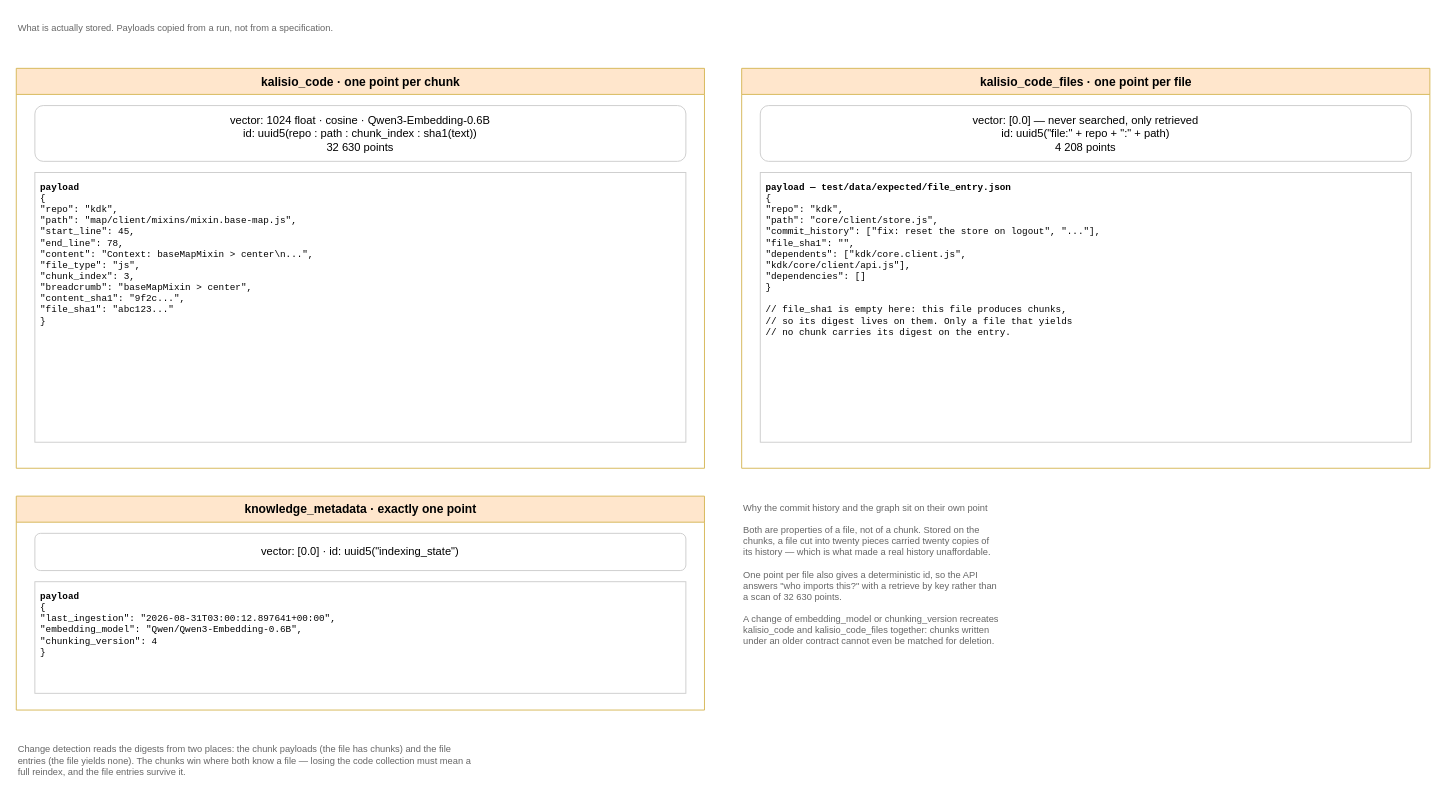
Earlier version of the draw.io diagram page "built · Qdrant collections" (11 of 14) of docs/public/architecture.drawio (kalisio/knowledge). Source tidied: cells renumbered, new cells numbered last; positions are measured from the earlier drawing's top-left corner, leaving out a move shared by most shapes. Both pictures are drawn from the tidied source at 93%, with x=0, y=0 at pixel (16, 16).
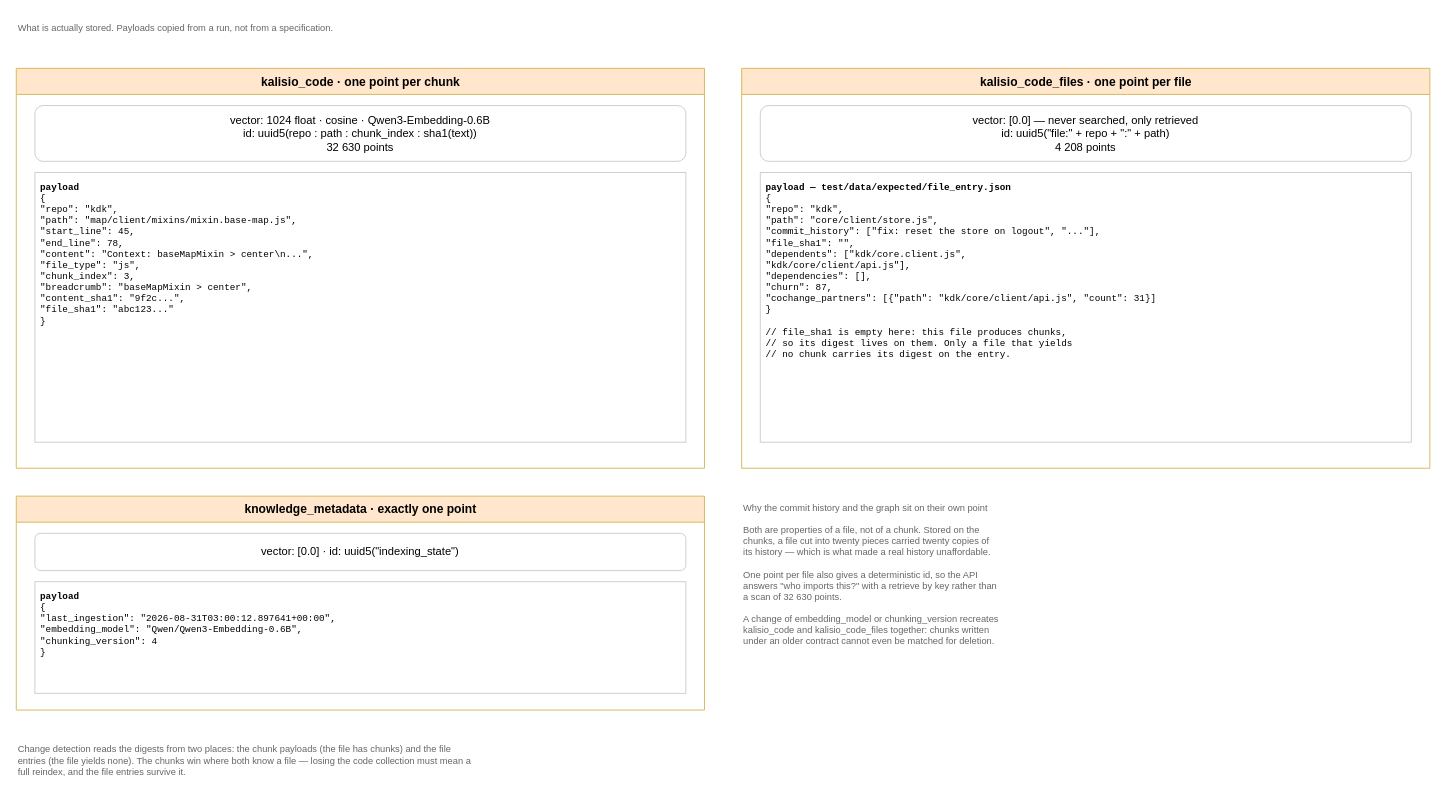
The same page after the edit.

Commit message (it also covers changes not shown here):
docs: rename get_dependents to get_file_context in the diagrams #10

Change to the diagram source:
```diff
@@
 <mxGraphModel>
   <root>
     <mxCell id="0" />
     <mxCell id="1" parent="0" />
     <mxCell id="2" value="What is actually stored. Payloads copied from a run, not from a specification." style="rounded=0;whiteSpace=wrap;html=1;align=left;verticalAlign=top;fontSize=10;fontColor=#666666;strokeColor=none;fillColor=none;spacing=2;" parent="1" vertex="1">
       <mxGeometry width="1520" height="30" as="geometry" />
     </mxCell>
     <mxCell id="3" value="kalisio_code  ·  one point per chunk" style="swimlane;startSize=28;fontStyle=1;fontSize=13;html=1;fillColor=#ffe6cc;strokeColor=#d6b656;" parent="1" vertex="1">
       <mxGeometry y="56" width="740" height="430" as="geometry" />
     </mxCell>
     <mxCell id="4" value="vector: 1024 float · cosine · Qwen3-Embedding-0.6B&lt;br&gt;id: uuid5(repo : path : chunk_index : sha1(text))&lt;br&gt;32 630 points" style="rounded=1;whiteSpace=wrap;html=1;fillColor=#ffffff;strokeColor=#cccccc;" parent="3" vertex="1">
       <mxGeometry x="20" y="40" width="700" height="60" as="geometry" />
     </mxCell>
     <mxCell id="5" value="&lt;b&gt;payload&lt;/b&gt;&lt;br&gt;{&lt;br&gt;  &quot;repo&quot;:        &quot;kdk&quot;,&lt;br&gt;  &quot;path&quot;:        &quot;map/client/mixins/mixin.base-map.js&quot;,&lt;br&gt;  &quot;start_line&quot;:  45,&lt;br&gt;  &quot;end_line&quot;:    78,&lt;br&gt;  &quot;content&quot;:     &quot;Context: baseMapMixin &gt; center\n...&quot;,&lt;br&gt;  &quot;file_type&quot;:   &quot;js&quot;,&lt;br&gt;  &quot;chunk_index&quot;: 3,&lt;br&gt;  &quot;breadcrumb&quot;:  &quot;baseMapMixin &gt; center&quot;,&lt;br&gt;  &quot;content_sha1&quot;: &quot;9f2c...&quot;,&lt;br&gt;  &quot;file_sha1&quot;:   &quot;abc123...&quot;&lt;br&gt;}" style="rounded=0;whiteSpace=wrap;html=1;align=left;verticalAlign=top;fontFamily=Courier New;fontSize=10;spacing=6;fillColor=#ffffff;strokeColor=#cccccc;" parent="3" vertex="1">
       <mxGeometry x="20" y="112" width="700" height="290" as="geometry" />
     </mxCell>
     <mxCell id="6" value="kalisio_code_files  ·  one point per file" style="swimlane;startSize=28;fontStyle=1;fontSize=13;html=1;fillColor=#ffe6cc;strokeColor=#d6b656;" parent="1" vertex="1">
       <mxGeometry x="780" y="56" width="740" height="430" as="geometry" />
     </mxCell>
     <mxCell id="7" value="vector: [0.0] — never searched, only retrieved&lt;br&gt;id: uuid5(&quot;file:&quot; + repo + &quot;:&quot; + path)&lt;br&gt;4 208 points" style="rounded=1;whiteSpace=wrap;html=1;fillColor=#ffffff;strokeColor=#cccccc;" parent="6" vertex="1">
       <mxGeometry x="20" y="40" width="700" height="60" as="geometry" />
     </mxCell>
-    <mxCell id="8" value="&lt;b&gt;payload  —  test/data/expected/file_entry.json&lt;/b&gt;&lt;br&gt;{&lt;br&gt;  &quot;repo&quot;:     &quot;kdk&quot;,&lt;br&gt;  &quot;path&quot;:     &quot;core/client/store.js&quot;,&lt;br&gt;  &quot;commit_history&quot;: [&quot;fix: reset the store on logout&quot;, &quot;...&quot;],&lt;br&gt;  &quot;file_sha1&quot;: &quot;&quot;,&lt;br&gt;  &quot;dependents&quot;:   [&quot;kdk/core.client.js&quot;,&lt;br&gt;                   &quot;kdk/core/client/api.js&quot;],&lt;br&gt;  &quot;dependencies&quot;: []&lt;br&gt;}&lt;br&gt;&lt;br&gt;// file_sha1 is empty here: this file produces chunks,&lt;br&gt;// so its digest lives on them. Only a file that yields&lt;br&gt;// no chunk carries its digest on the entry." style="rounded=0;whiteSpace=wrap;html=1;align=left;verticalAlign=top;fontFamily=Courier New;fontSize=10;spacing=6;fillColor=#ffffff;strokeColor=#cccccc;" parent="6" vertex="1">
+    <mxCell id="8" value="&lt;b&gt;payload  —  test/data/expected/file_entry.json&lt;/b&gt;&lt;br&gt;{&lt;br&gt;  &quot;repo&quot;:     &quot;kdk&quot;,&lt;br&gt;  &quot;path&quot;:     &quot;core/client/store.js&quot;,&lt;br&gt;  &quot;commit_history&quot;: [&quot;fix: reset the store on logout&quot;, &quot;...&quot;],&lt;br&gt;  &quot;file_sha1&quot;: &quot;&quot;,&lt;br&gt;  &quot;dependents&quot;:   [&quot;kdk/core.client.js&quot;,&lt;br&gt;                   &quot;kdk/core/client/api.js&quot;],&lt;br&gt;  &quot;dependencies&quot;: [],&lt;br&gt;  &quot;churn&quot;: 87,&lt;br&gt;  &quot;cochange_partners&quot;: [{&quot;path&quot;: &quot;kdk/core/client/api.js&quot;, &quot;count&quot;: 31}]&lt;br&gt;}&lt;br&gt;&lt;br&gt;// file_sha1 is empty here: this file produces chunks,&lt;br&gt;// so its digest lives on them. Only a file that yields&lt;br&gt;// no chunk carries its digest on the entry." style="rounded=0;whiteSpace=wrap;html=1;align=left;verticalAlign=top;fontFamily=Courier New;fontSize=10;spacing=6;fillColor=#ffffff;strokeColor=#cccccc;" parent="6" vertex="1">
       <mxGeometry x="20" y="112" width="700" height="290" as="geometry" />
     </mxCell>
     <mxCell id="9" value="knowledge_metadata  ·  exactly one point" style="swimlane;startSize=28;fontStyle=1;fontSize=13;html=1;fillColor=#ffe6cc;strokeColor=#d6b656;" parent="1" vertex="1">
       <mxGeometry y="516" width="740" height="230" as="geometry" />
     </mxCell>
     <mxCell id="10" value="vector: [0.0]   ·   id: uuid5(&quot;indexing_state&quot;)" style="rounded=1;whiteSpace=wrap;html=1;fillColor=#ffffff;strokeColor=#cccccc;" parent="9" vertex="1">
       <mxGeometry x="20" y="40" width="700" height="40" as="geometry" />
     </mxCell>
     <mxCell id="11" value="&lt;b&gt;payload&lt;/b&gt;&lt;br&gt;{&lt;br&gt;  &quot;last_ingestion&quot;:   &quot;2026-08-31T03:00:12.897641+00:00&quot;,&lt;br&gt;  &quot;embedding_model&quot;:  &quot;Qwen/Qwen3-Embedding-0.6B&quot;,&lt;br&gt;  &quot;chunking_version&quot;: 4&lt;br&gt;}" style="rounded=0;whiteSpace=wrap;html=1;align=left;verticalAlign=top;fontFamily=Courier New;fontSize=10;spacing=6;fillColor=#ffffff;strokeColor=#cccccc;" parent="9" vertex="1">
       <mxGeometry x="20" y="92" width="700" height="120" as="geometry" />
     </mxCell>
     <mxCell id="12" value="Why the commit history and the graph sit on their own point&lt;br&gt;&lt;br&gt;Both are properties of a file, not of a chunk. Stored on the&lt;br&gt;chunks, a file cut into twenty pieces carried twenty copies of&lt;br&gt;its history — which is what made a real history unaffordable.&lt;br&gt;&lt;br&gt;One point per file also gives a deterministic id, so the API&lt;br&gt;answers &quot;who imports this?&quot; with a retrieve by key rather than&lt;br&gt;a scan of 32 630 points.&lt;br&gt;&lt;br&gt;A change of embedding_model or chunking_version recreates&lt;br&gt;kalisio_code and kalisio_code_files together: chunks written&lt;br&gt;under an older contract cannot even be matched for deletion." style="rounded=0;whiteSpace=wrap;html=1;align=left;verticalAlign=top;fontSize=10;fontColor=#666666;strokeColor=none;fillColor=none;spacing=2;" parent="1" vertex="1">
       <mxGeometry x="780" y="516" width="740" height="230" as="geometry" />
     </mxCell>
     <mxCell id="13" value="Change detection reads the digests from two places: the chunk payloads (the file has chunks) and the file&lt;br&gt;entries (the file yields none). The chunks win where both know a file — losing the code collection must mean a&lt;br&gt;full reindex, and the file entries survive it." style="rounded=0;whiteSpace=wrap;html=1;align=left;verticalAlign=top;fontSize=10;fontColor=#666666;strokeColor=none;fillColor=none;spacing=2;" parent="1" vertex="1">
       <mxGeometry y="776" width="1520" height="60" as="geometry" />
     </mxCell>
   </root>
 </mxGraphModel>
```
